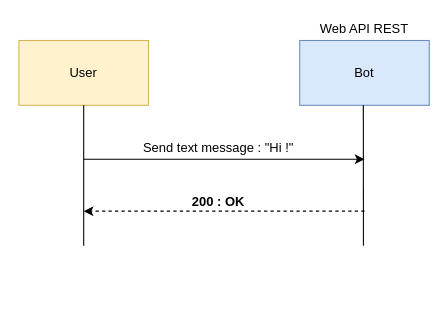
This is doc/schemas/first.drawio from LGouellec/mug-chatbot, a draw.io file, before an edit. Source tidied: cells renumbered, new cells numbered last; positions are measured from the earlier drawing's top-left corner, leaving out a move shared by most shapes. Both pictures are drawn from the tidied source at 108%, with x=0, y=0 at pixel (18, 18).
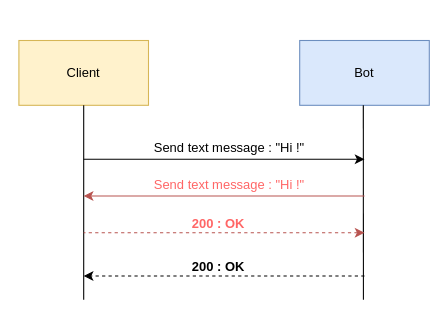
The same diagram, later.

Diff of the diagram source:
```diff
@@
 <mxGraphModel>
   <root>
     <mxCell id="0" />
     <mxCell id="1" parent="0" />
     <mxCell id="2" value="Bot" style="rounded=0;whiteSpace=wrap;html=1;fillColor=#dae8fc;strokeColor=#6c8ebf;" parent="1" vertex="1">
       <mxGeometry x="260" y="20" width="120" height="60" as="geometry" />
     </mxCell>
-    <mxCell id="3" value="User" style="rounded=0;whiteSpace=wrap;html=1;fillColor=#fff2cc;strokeColor=#d6b656;" parent="1" vertex="1">
+    <mxCell id="3" value="Client" style="rounded=0;whiteSpace=wrap;html=1;fillColor=#fff2cc;strokeColor=#d6b656;" parent="1" vertex="1">
       <mxGeometry y="20" width="120" height="60" as="geometry" />
     </mxCell>
     <mxCell id="4" style="endArrow=none;html=1;" parent="1" edge="1" target="3">
       <mxGeometry relative="1" as="geometry">
-        <mxPoint x="60" y="210" as="sourcePoint" />
+        <mxPoint x="60" y="260" as="sourcePoint" />
       </mxGeometry>
     </mxCell>
     <mxCell id="5" style="endArrow=none;html=1;" parent="1" edge="1">
       <mxGeometry relative="1" as="geometry">
-        <mxPoint x="319" y="210" as="sourcePoint" />
+        <mxPoint x="319" y="260" as="sourcePoint" />
         <mxPoint x="318.9" y="80" as="targetPoint" />
       </mxGeometry>
     </mxCell>
     <mxCell id="6" style="endArrow=classic;html=1;" parent="1" edge="1">
       <mxGeometry relative="1" as="geometry">
         <mxPoint x="60" y="130" as="sourcePoint" />
         <mxPoint x="320" y="130" as="targetPoint" />
       </mxGeometry>
     </mxCell>
     <mxCell id="7" style="endArrow=classic;html=1;dashed=1;" parent="1" edge="1">
       <mxGeometry relative="1" as="geometry">
-        <mxPoint x="320" y="178" as="sourcePoint" />
-        <mxPoint x="60" y="178" as="targetPoint" />
+        <mxPoint x="320" y="238" as="sourcePoint" />
+        <mxPoint x="60" y="238" as="targetPoint" />
       </mxGeometry>
     </mxCell>
     <mxCell id="8" value="Send text message : &quot;Hi !&quot;" style="text;html=1;strokeColor=none;fillColor=none;align=center;verticalAlign=middle;whiteSpace=wrap;rounded=0;" parent="1" vertex="1">
-      <mxGeometry x="110" y="110" width="150" height="20" as="geometry" />
+      <mxGeometry x="110" y="110" width="170" height="20" as="geometry" />
     </mxCell>
     <mxCell id="9" value="&lt;b&gt;200 : OK&lt;/b&gt;" style="text;html=1;strokeColor=none;fillColor=none;align=center;verticalAlign=middle;whiteSpace=wrap;rounded=0;" parent="1" vertex="1">
-      <mxGeometry x="150" y="160" width="70" height="20" as="geometry" />
+      <mxGeometry x="150" y="220" width="70" height="20" as="geometry" />
     </mxCell>
-    <mxCell id="10" value="Web API REST" style="text;html=1;strokeColor=none;fillColor=none;align=center;verticalAlign=middle;whiteSpace=wrap;rounded=0;" parent="1" vertex="1">
-      <mxGeometry x="275" width="90" height="20" as="geometry" />
-    </mxCell>
+    <mxCell id="11" style="endArrow=classic;html=1;fillColor=#f8cecc;strokeColor=#b85450;" parent="1" edge="1">
+      <mxGeometry relative="1" as="geometry">
+        <mxPoint x="320" y="164" as="sourcePoint" />
+        <mxPoint x="60" y="164" as="targetPoint" />
+      </mxGeometry>
+    </mxCell>
+    <mxCell id="12" value="Send text message : &quot;Hi !&quot;" style="text;html=1;align=center;verticalAlign=middle;whiteSpace=wrap;rounded=0;fontColor=#FF6666;" parent="1" vertex="1">
+      <mxGeometry x="110" y="144" width="170" height="20" as="geometry" />
+    </mxCell>
+    <mxCell id="13" style="endArrow=none;html=1;dashed=1;startArrow=classic;startFill=1;endFill=0;fillColor=#f8cecc;strokeColor=#b85450;" parent="1" edge="1">
+      <mxGeometry relative="1" as="geometry">
+        <mxPoint x="320" y="198" as="sourcePoint" />
+        <mxPoint x="60" y="198" as="targetPoint" />
+      </mxGeometry>
+    </mxCell>
+    <mxCell id="14" value="&lt;b&gt;200 : OK&lt;/b&gt;" style="text;html=1;align=center;verticalAlign=middle;whiteSpace=wrap;rounded=0;fontColor=#FF6666;" parent="1" vertex="1">
+      <mxGeometry x="150" y="180" width="70" height="20" as="geometry" />
+    </mxCell>
   </root>
 </mxGraphModel>
```
